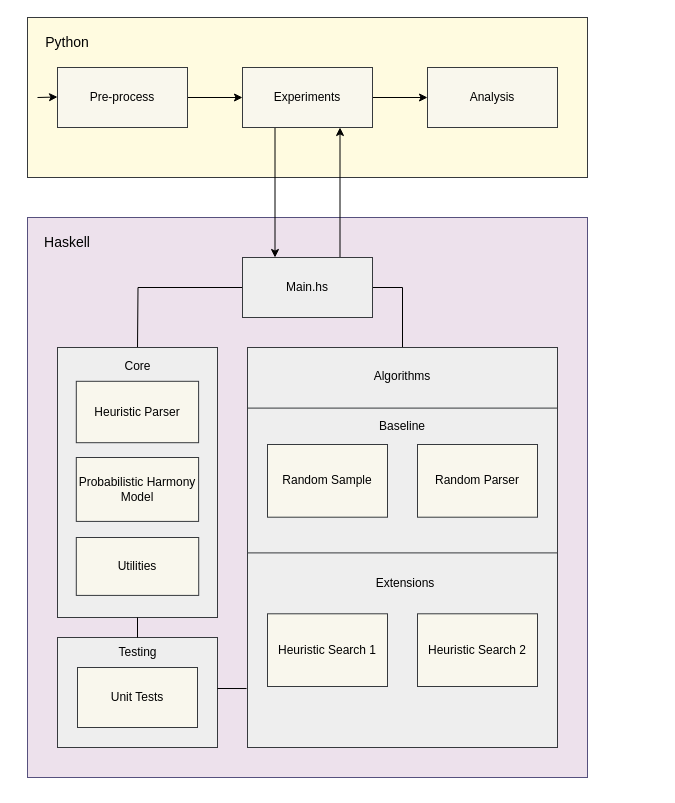
judah-daniels/dissertation keeps this draw.io diagram as figs/DissBlockDiagram.drawio. Above is the earlier version. Source tidied: cells renumbered, new cells numbered last; positions are measured from the earlier drawing's top-left corner, leaving out a move shared by most shapes. Both pictures are drawn from the tidied source at 100%, with x=0, y=0 at pixel (27, 17).
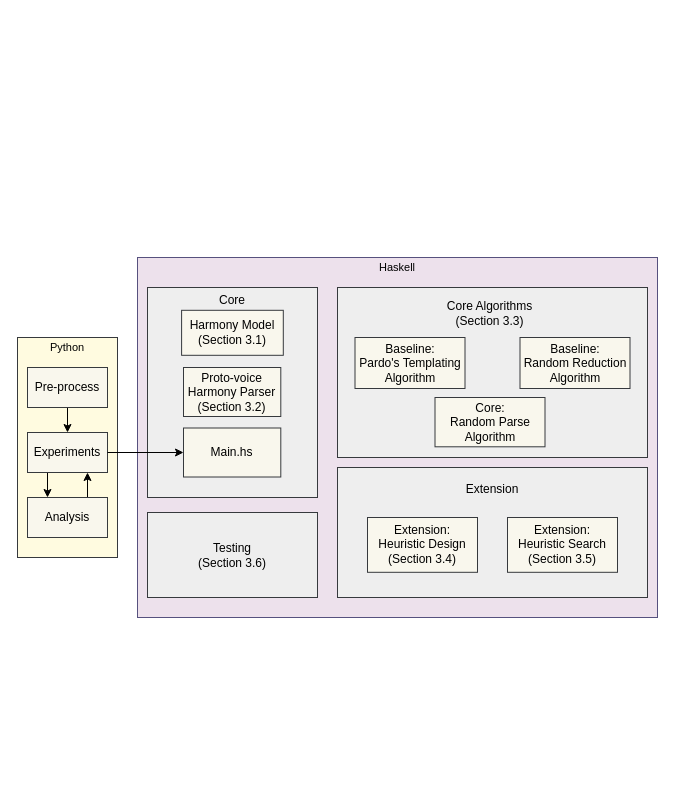
The same page after the edit.

Change to the diagram source:
```diff
@@
     <mxCell id="2" style="rounded=0;whiteSpace=wrap;html=1;fillColor=#EDE1EC;strokeColor=#56517e;fontFamily=Computer Modern;" parent="1" vertex="1">
-      <mxGeometry y="200" width="560" height="560" as="geometry" />
+      <mxGeometry x="110" y="240" width="520" height="360" as="geometry" />
     </mxCell>
+    <mxCell id="12" style="edgeStyle=orthogonalEdgeStyle;rounded=0;orthogonalLoop=1;jettySize=auto;html=1;exitX=0.5;exitY=1;exitDx=0;exitDy=0;fontFamily=Computer Modern;" parent="1" edge="1" source="2" target="2">
+      <mxGeometry relative="1" as="geometry" />
+    </mxCell>
     <mxCell id="3" style="rounded=0;whiteSpace=wrap;html=1;fillColor=#FFFBE0;strokeColor=#36393d;gradientColor=none;fontFamily=Computer Modern;" parent="1" vertex="1">
-      <mxGeometry width="560" height="160" as="geometry" />
+      <mxGeometry x="-10" y="320" width="100" height="220" as="geometry" />
     </mxCell>
@@
     <mxCell id="5" value="Pre-process" style="whiteSpace=wrap;html=1;fillColor=#f9f7ed;strokeColor=#36393d;fontFamily=Computer Modern;" parent="1" vertex="1">
-      <mxGeometry x="30" y="50" width="130" height="60" as="geometry" />
+      <mxGeometry y="350" width="80" height="40" as="geometry" />
     </mxCell>
-    <mxCell id="6" style="edgeStyle=orthogonalEdgeStyle;rounded=0;orthogonalLoop=1;jettySize=auto;html=1;exitX=0.5;exitY=1;exitDx=0;exitDy=0;fontFamily=Computer Modern;" parent="1" edge="1" source="3" target="3">
-      <mxGeometry relative="1" as="geometry" />
-    </mxCell>
-    <mxCell id="7" style="edgeStyle=orthogonalEdgeStyle;rounded=0;jettySize=auto;html=1;fontFamily=Computer Modern;" parent="1" edge="1" source="9" target="10">
+    <mxCell id="7" style="edgeStyle=orthogonalEdgeStyle;rounded=0;jumpStyle=gap;jumpSize=9;jettySize=auto;html=1;exitX=0.25;exitY=1;exitDx=0;exitDy=0;entryX=0.25;entryY=0;entryDx=0;entryDy=0;strokeWidth=1;fontSize=7;sourcePerimeterSpacing=1;" parent="1" edge="1" source="9" target="10">
       <mxGeometry relative="1" as="geometry" />
     </mxCell>
-    <mxCell id="8" style="edgeStyle=orthogonalEdgeStyle;rounded=0;jettySize=auto;html=1;exitX=0.25;exitY=1;exitDx=0;exitDy=0;entryX=0.25;entryY=0;entryDx=0;entryDy=0;fontFamily=Computer Modern;" parent="1" edge="1" source="9" target="16">
-      <mxGeometry relative="1" as="geometry" />
-    </mxCell>
     <mxCell id="9" value="Experiments" style="whiteSpace=wrap;html=1;fillColor=#f9f7ed;strokeColor=#36393d;fontFamily=Computer Modern;" parent="1" vertex="1">
-      <mxGeometry x="215" y="50" width="130" height="60" as="geometry" />
+      <mxGeometry y="415" width="80" height="40" as="geometry" />
     </mxCell>
+    <mxCell id="40" style="edgeStyle=orthogonalEdgeStyle;rounded=0;jumpStyle=gap;jumpSize=9;jettySize=auto;html=1;exitX=0.75;exitY=0;exitDx=0;exitDy=0;entryX=0.75;entryY=1;entryDx=0;entryDy=0;strokeWidth=1;fontSize=7;sourcePerimeterSpacing=1;" parent="1" edge="1" source="10" target="9">
+      <mxGeometry relative="1" as="geometry" />
+    </mxCell>
     <mxCell id="10" value="Analysis" style="whiteSpace=wrap;html=1;fillColor=#f9f7ed;strokeColor=#36393d;fontFamily=Computer Modern;" parent="1" vertex="1">
-      <mxGeometry x="400" y="50" width="130" height="60" as="geometry" />
+      <mxGeometry y="480" width="80" height="40" as="geometry" />
     </mxCell>
-    <mxCell id="11" value="Python" style="text;html=1;strokeColor=none;fillColor=none;align=center;verticalAlign=middle;whiteSpace=wrap;rounded=0;fontFamily=Computer Modern;fontSize=14;" parent="1" vertex="1">
-      <mxGeometry x="10" y="10" width="60" height="30" as="geometry" />
+    <mxCell id="11" value="Python" style="text;html=1;strokeColor=none;fillColor=none;align=center;verticalAlign=middle;whiteSpace=wrap;rounded=0;fontFamily=Computer Modern;fontSize=11;" parent="1" vertex="1">
+      <mxGeometry x="10" y="320" width="60" height="20" as="geometry" />
     </mxCell>
-    <mxCell id="12" style="edgeStyle=orthogonalEdgeStyle;rounded=0;orthogonalLoop=1;jettySize=auto;html=1;exitX=0.5;exitY=1;exitDx=0;exitDy=0;fontFamily=Computer Modern;" parent="1" edge="1" source="2" target="2">
-      <mxGeometry relative="1" as="geometry" />
-    </mxCell>
-    <mxCell id="13" style="edgeStyle=orthogonalEdgeStyle;rounded=0;jettySize=auto;html=1;exitX=0.75;exitY=0;exitDx=0;exitDy=0;entryX=0.75;entryY=1;entryDx=0;entryDy=0;fontFamily=Computer Modern;" parent="1" edge="1" source="16" target="9">
-      <mxGeometry relative="1" as="geometry" />
-    </mxCell>
-    <mxCell id="14" style="edgeStyle=orthogonalEdgeStyle;rounded=0;jettySize=auto;html=1;exitX=0;exitY=0.5;exitDx=0;exitDy=0;startArrow=none;startFill=0;endArrow=none;endFill=0;fontFamily=Computer Modern;" parent="1" edge="1" source="16">
-      <mxGeometry relative="1" as="geometry">
-        <mxPoint x="110" y="330" as="targetPoint" />
-      </mxGeometry>
-    </mxCell>
-    <mxCell id="15" style="edgeStyle=orthogonalEdgeStyle;rounded=0;jettySize=auto;html=1;exitX=1;exitY=0.5;exitDx=0;exitDy=0;entryX=0.5;entryY=0;entryDx=0;entryDy=0;startArrow=none;startFill=0;endArrow=none;endFill=0;fontFamily=Computer Modern;" parent="1" edge="1" source="16" target="29">
-      <mxGeometry relative="1" as="geometry">
-        <Array as="points">
-          <mxPoint x="375" y="270" />
-        </Array>
-      </mxGeometry>
-    </mxCell>
+    <mxCell id="19" style="group;fillColor=#eeeeee;strokeColor=#36393d;fontFamily=Computer Modern;" parent="1" vertex="1">
+      <mxGeometry x="120" y="270" width="170" height="210" as="geometry" />
+    </mxCell>
+    <mxCell id="21" value="Harmony Model&lt;br&gt;(Section 3.1)" style="whiteSpace=wrap;html=1;fillColor=#f9f7ed;strokeColor=#36393d;fontFamily=Computer Modern;" parent="19" vertex="1">
+      <mxGeometry x="34.1" y="22.8" width="101.7" height="45" as="geometry" />
+    </mxCell>
+    <mxCell id="23" value="Core" style="text;html=1;strokeColor=none;fillColor=none;align=center;verticalAlign=middle;whiteSpace=wrap;rounded=0;fontFamily=Computer Modern;" parent="19" vertex="1">
+      <mxGeometry x="76.9" y="3.3" width="16.3" height="19.5" as="geometry" />
+    </mxCell>
+    <mxCell id="20" value="Proto-voice Harmony Parser&lt;br&gt;(Section 3.2)" style="rounded=0;whiteSpace=wrap;html=1;fillColor=#f9f7ed;strokeColor=#36393d;fontFamily=Computer Modern;" parent="19" vertex="1">
+      <mxGeometry x="36" y="80" width="97.3" height="49" as="geometry" />
+    </mxCell>
-    <mxCell id="16" value="Main.hs" style="whiteSpace=wrap;html=1;fillColor=#eeeeee;strokeColor=#36393d;fontFamily=Computer Modern;" parent="1" vertex="1">
-      <mxGeometry x="215" y="240" width="130" height="60" as="geometry" />
+    <mxCell id="16" value="Main.hs" style="rounded=0;whiteSpace=wrap;html=1;fillColor=#f9f7ed;strokeColor=#36393d;fontFamily=Computer Modern;" parent="19" vertex="1">
+      <mxGeometry x="36" y="140.5" width="97.3" height="49" as="geometry" />
     </mxCell>
-    <mxCell id="17" value="Haskell" style="text;html=1;strokeColor=none;fillColor=none;align=center;verticalAlign=middle;whiteSpace=wrap;rounded=0;fontFamily=Computer Modern;fontSize=14;" parent="1" vertex="1">
-      <mxGeometry x="10" y="210" width="60" height="30" as="geometry" />
-    </mxCell>
-    <mxCell id="18" style="endArrow=classic;html=1;rounded=0;entryX=0;entryY=0.5;entryDx=0;entryDy=0;fontFamily=Computer Modern;" parent="1" edge="1">
-      <mxGeometry relative="1" as="geometry">
-        <mxPoint x="10" y="80" as="sourcePoint" />
-        <mxPoint x="30" y="79.5" as="targetPoint" />
-      </mxGeometry>
-    </mxCell>
-    <mxCell id="19" style="group;fillColor=#eeeeee;strokeColor=#36393d;fontFamily=Computer Modern;" parent="1" vertex="1">
-      <mxGeometry x="30" y="330" width="160" height="270" as="geometry" />
-    </mxCell>
-    <mxCell id="20" value="Heuristic Parser" style="rounded=0;whiteSpace=wrap;html=1;fillColor=#f9f7ed;strokeColor=#36393d;fontFamily=Computer Modern;" parent="19" vertex="1">
-      <mxGeometry x="18.8" y="33.8" width="122.3" height="61.4" as="geometry" />
-    </mxCell>
-    <mxCell id="21" value="Probabilistic Harmony Model" style="whiteSpace=wrap;html=1;fillColor=#f9f7ed;strokeColor=#36393d;fontFamily=Computer Modern;" parent="19" vertex="1">
-      <mxGeometry x="18.8" y="110" width="122.3" height="63.9" as="geometry" />
-    </mxCell>
-    <mxCell id="22" value="Utilities" style="whiteSpace=wrap;html=1;fillColor=#f9f7ed;strokeColor=#36393d;fontFamily=Computer Modern;" parent="19" vertex="1">
-      <mxGeometry x="18.8" y="190" width="122.4" height="57.9" as="geometry" />
-    </mxCell>
-    <mxCell id="23" value="Core" style="text;html=1;strokeColor=none;fillColor=none;align=center;verticalAlign=middle;whiteSpace=wrap;rounded=0;fontFamily=Computer Modern;" parent="19" vertex="1">
-      <mxGeometry x="51.8" y="4.8" width="56.5" height="28.9" as="geometry" />
-    </mxCell>
+    <mxCell id="6" style="edgeStyle=orthogonalEdgeStyle;rounded=0;orthogonalLoop=1;jettySize=auto;html=1;exitX=0.5;exitY=1;exitDx=0;exitDy=0;fontFamily=Computer Modern;" parent="1" edge="1" source="3" target="3">
+      <mxGeometry relative="1" as="geometry" />
+    </mxCell>
     <mxCell id="24" style="group;fillColor=#eeeeee;strokeColor=#36393d;fontFamily=Computer Modern;" parent="1" vertex="1">
-      <mxGeometry x="30" y="620" width="160" height="110" as="geometry" />
+      <mxGeometry x="120" y="495" width="170" height="85" as="geometry" />
     </mxCell>
-    <mxCell id="25" value="Testing" style="text;html=1;strokeColor=none;fillColor=none;align=center;verticalAlign=middle;whiteSpace=wrap;rounded=0;fontFamily=Computer Modern;" parent="24" vertex="1">
-      <mxGeometry x="51.8" y="6.1" width="56.5" height="18.3" as="geometry" />
+    <mxCell id="25" value="Testing&lt;br&gt;(Section 3.6)" style="text;html=1;strokeColor=none;fillColor=none;align=center;verticalAlign=middle;whiteSpace=wrap;rounded=0;fontFamily=Computer Modern;" parent="24" vertex="1">
+      <mxGeometry x="26.1" y="12.2" width="117.8" height="60.7" as="geometry" />
     </mxCell>
-    <mxCell id="26" value="Unit Tests" style="rounded=0;whiteSpace=wrap;html=1;fillColor=#f9f7ed;strokeColor=#36393d;fontFamily=Computer Modern;" parent="24" vertex="1">
-      <mxGeometry x="20" y="30" width="120" height="60" as="geometry" />
-    </mxCell>
-    <mxCell id="27" style="endArrow=none;html=1;rounded=0;entryX=-0.003;entryY=0.697;entryDx=0;entryDy=0;entryPerimeter=0;fontFamily=Computer Modern;" parent="24" edge="1" target="32">
-      <mxGeometry relative="1" as="geometry">
-        <mxPoint x="160" y="51" as="sourcePoint" />
-      </mxGeometry>
-    </mxCell>
-    <mxCell id="28" style="group;fillColor=#eeeeee;strokeColor=#36393d;fontFamily=Computer Modern;" parent="1" vertex="1">
-      <mxGeometry x="220" y="330" width="310" height="400" as="geometry" />
-    </mxCell>
+    <mxCell id="8" style="edgeStyle=orthogonalEdgeStyle;rounded=0;jumpStyle=gap;jumpSize=9;jettySize=auto;html=1;exitX=1;exitY=0.5;exitDx=0;exitDy=0;entryX=0;entryY=0.5;entryDx=0;entryDy=0;strokeWidth=1;fontSize=11;startArrow=none;startFill=0;sourcePerimeterSpacing=1;" parent="1" edge="1" source="9" target="16">
+      <mxGeometry relative="1" as="geometry" />
+    </mxCell>
+    <mxCell id="17" value="Haskell" style="text;html=1;strokeColor=none;fillColor=none;align=center;verticalAlign=middle;whiteSpace=wrap;rounded=0;fontFamily=Computer Modern;fontSize=11;" parent="1" vertex="1">
+      <mxGeometry x="340" y="240" width="60" height="20" as="geometry" />
+    </mxCell>
+    <mxCell id="41" style="group;" parent="1" vertex="1">
+      <mxGeometry x="310" y="270" width="310" height="170" as="geometry" />
+    </mxCell>
-    <mxCell id="29" style="rounded=0;whiteSpace=wrap;html=1;fillColor=#eeeeee;strokeColor=#36393d;fontFamily=Computer Modern;" parent="28" vertex="1">
-      <mxGeometry width="310" height="400" as="geometry" />
+    <mxCell id="29" style="rounded=0;whiteSpace=wrap;html=1;fillColor=#eeeeee;strokeColor=#36393d;fontFamily=Computer Modern;rotation=-180;" parent="41" vertex="1">
+      <mxGeometry width="310" height="170" as="geometry" />
     </mxCell>
-    <mxCell id="30" value="Algorithms" style="text;html=1;strokeColor=none;fillColor=none;align=center;verticalAlign=middle;whiteSpace=wrap;rounded=0;fontFamily=Computer Modern;" parent="28" vertex="1">
-      <mxGeometry x="125" y="10.8" width="60" height="36.4" as="geometry" />
+    <mxCell id="30" value="Core Algorithms&lt;br&gt;(Section 3.3)" style="text;html=1;strokeColor=none;fillColor=none;align=center;verticalAlign=middle;whiteSpace=wrap;rounded=0;fontFamily=Computer Modern;" parent="41" vertex="1">
+      <mxGeometry x="105" y="10.6" width="95" height="30.9" as="geometry" />
     </mxCell>
-    <mxCell id="31" style="rounded=0;whiteSpace=wrap;html=1;fillColor=#eeeeee;strokeColor=#36393d;fontFamily=Computer Modern;" parent="28" vertex="1">
-      <mxGeometry y="60.6" width="310" height="145.5" as="geometry" />
-    </mxCell>
-    <mxCell id="32" style="rounded=0;whiteSpace=wrap;html=1;fillColor=#eeeeee;strokeColor=#36393d;fontFamily=Computer Modern;" parent="28" vertex="1">
-      <mxGeometry y="205.4" width="310" height="194.6" as="geometry" />
-    </mxCell>
-    <mxCell id="33" value="Random Sample" style="rounded=0;whiteSpace=wrap;html=1;fillColor=#f9f7ed;strokeColor=#36393d;fontFamily=Computer Modern;" parent="28" vertex="1">
-      <mxGeometry x="20" y="97" width="120" height="72.7" as="geometry" />
+    <mxCell id="33" value="Baseline: &lt;br&gt;Pardo's Templating Algorithm" style="rounded=0;whiteSpace=wrap;html=1;fillColor=#f9f7ed;strokeColor=#36393d;fontFamily=Computer Modern;" parent="41" vertex="1">
+      <mxGeometry x="17.5" y="50" width="110" height="51" as="geometry" />
     </mxCell>
-    <mxCell id="34" value="Baseline" style="text;html=1;strokeColor=none;fillColor=none;align=center;verticalAlign=middle;whiteSpace=wrap;rounded=0;fontFamily=Computer Modern;" parent="28" vertex="1">
-      <mxGeometry x="125" y="60.6" width="60" height="36.4" as="geometry" />
-    </mxCell>
-    <mxCell id="35" value="Extensions" style="text;html=1;strokeColor=none;fillColor=none;align=center;verticalAlign=middle;whiteSpace=wrap;rounded=0;fontFamily=Computer Modern;" parent="28" vertex="1">
-      <mxGeometry x="127.5" y="218.2" width="60" height="36.4" as="geometry" />
-    </mxCell>
-    <mxCell id="36" value="Random Parser" style="rounded=0;whiteSpace=wrap;html=1;fillColor=#f9f7ed;strokeColor=#36393d;fontFamily=Computer Modern;" parent="28" vertex="1">
-      <mxGeometry x="170" y="97" width="120" height="72.7" as="geometry" />
+    <mxCell id="36" value="Baseline: &lt;br&gt;Random Reduction Algorithm" style="rounded=0;whiteSpace=wrap;html=1;fillColor=#f9f7ed;strokeColor=#36393d;fontFamily=Computer Modern;" parent="41" vertex="1">
+      <mxGeometry x="182.5" y="50" width="110" height="51" as="geometry" />
     </mxCell>
+    <mxCell id="42" value="Core:&lt;br&gt;Random Parse Algorithm" style="rounded=0;whiteSpace=wrap;html=1;fillColor=#f9f7ed;strokeColor=#36393d;fontFamily=Computer Modern;" parent="41" vertex="1">
+      <mxGeometry x="97.5" y="110" width="110" height="49.3" as="geometry" />
+    </mxCell>
+    <mxCell id="43" style="group;" parent="1" vertex="1">
+      <mxGeometry x="310" y="450" width="310" height="130" as="geometry" />
+    </mxCell>
+    <mxCell id="44" style="rounded=0;whiteSpace=wrap;html=1;fillColor=#eeeeee;strokeColor=#36393d;fontFamily=Computer Modern;rotation=-180;" parent="43" vertex="1">
+      <mxGeometry width="310" height="130" as="geometry" />
+    </mxCell>
-    <mxCell id="37" value="Heuristic Search 1" style="rounded=0;whiteSpace=wrap;html=1;fillColor=#f9f7ed;strokeColor=#36393d;fontFamily=Computer Modern;" parent="28" vertex="1">
-      <mxGeometry x="20" y="266.3" width="120" height="72.7" as="geometry" />
+    <mxCell id="37" value="Extension:&lt;br&gt;Heuristic Design&lt;br&gt;(Section 3.4)" style="rounded=0;whiteSpace=wrap;html=1;fillColor=#f9f7ed;strokeColor=#36393d;fontFamily=Computer Modern;" parent="43" vertex="1">
+      <mxGeometry x="30" y="50" width="110" height="54.8" as="geometry" />
     </mxCell>
+    <mxCell id="45" value="Extension" style="text;html=1;strokeColor=none;fillColor=none;align=center;verticalAlign=middle;whiteSpace=wrap;rounded=0;fontFamily=Computer Modern;" parent="43" vertex="1">
+      <mxGeometry x="125" y="10" width="60" height="23.6" as="geometry" />
+    </mxCell>
-    <mxCell id="38" value="Heuristic Search 2" style="rounded=0;whiteSpace=wrap;html=1;fillColor=#f9f7ed;strokeColor=#36393d;fontFamily=Computer Modern;" parent="28" vertex="1">
-      <mxGeometry x="170" y="266.3" width="120" height="72.7" as="geometry" />
+    <mxCell id="38" value="Extension:&lt;br&gt;Heuristic Search&lt;br&gt;(Section 3.5)" style="rounded=0;whiteSpace=wrap;html=1;fillColor=#f9f7ed;strokeColor=#36393d;fontFamily=Computer Modern;" parent="43" vertex="1">
+      <mxGeometry x="170" y="50" width="110" height="54.8" as="geometry" />
     </mxCell>
-    <mxCell id="39" style="endArrow=none;html=1;rounded=0;fontFamily=Computer Modern;" parent="1" edge="1">
-      <mxGeometry relative="1" as="geometry">
-        <mxPoint x="110" y="620" as="sourcePoint" />
-        <mxPoint x="110" y="600" as="targetPoint" />
-      </mxGeometry>
-    </mxCell>
```
